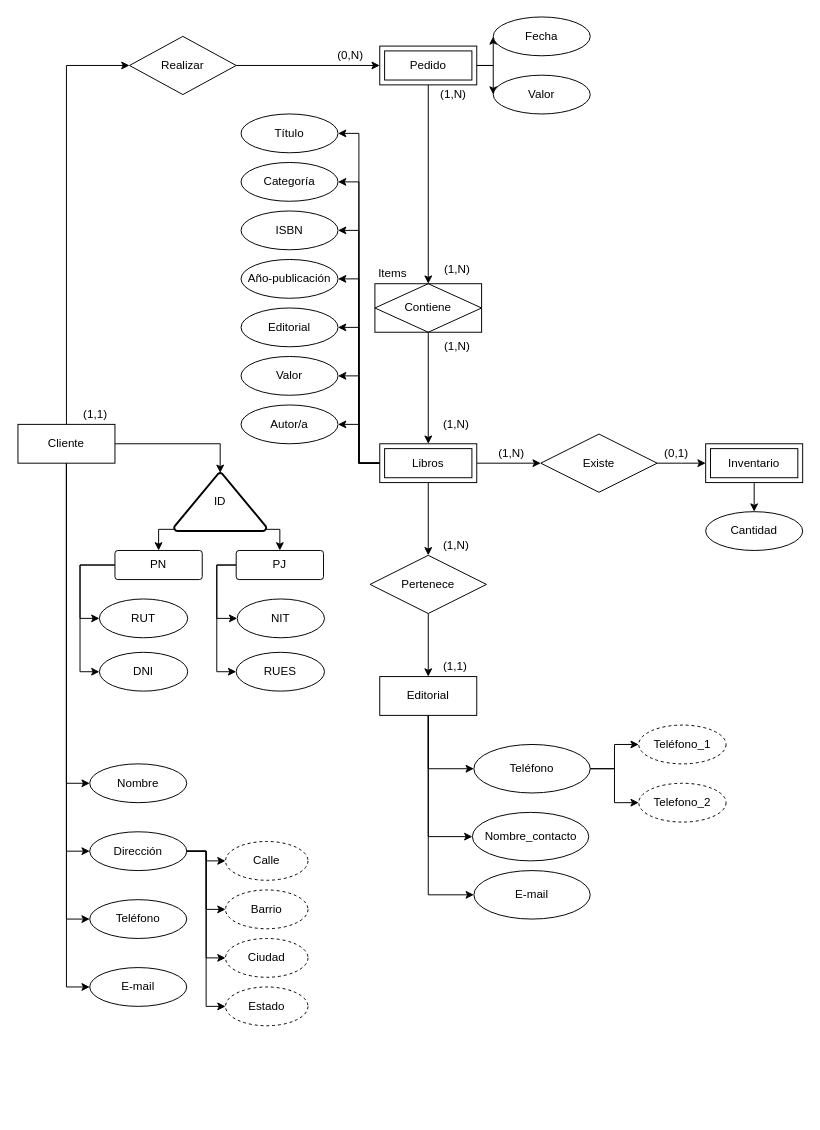
Above: Diagrama sin título.drawio in Zuzed22/Modelado-de-bases-de-datos-entidades-relaciones-y-atributos (draw.io), before the change. Source tidied: cells renumbered, new cells numbered last; positions are measured from the earlier drawing's top-left corner, leaving out a move shared by most shapes. Both pictures are drawn from the tidied source at 97%, with x=0, y=0 at pixel (17, 16).
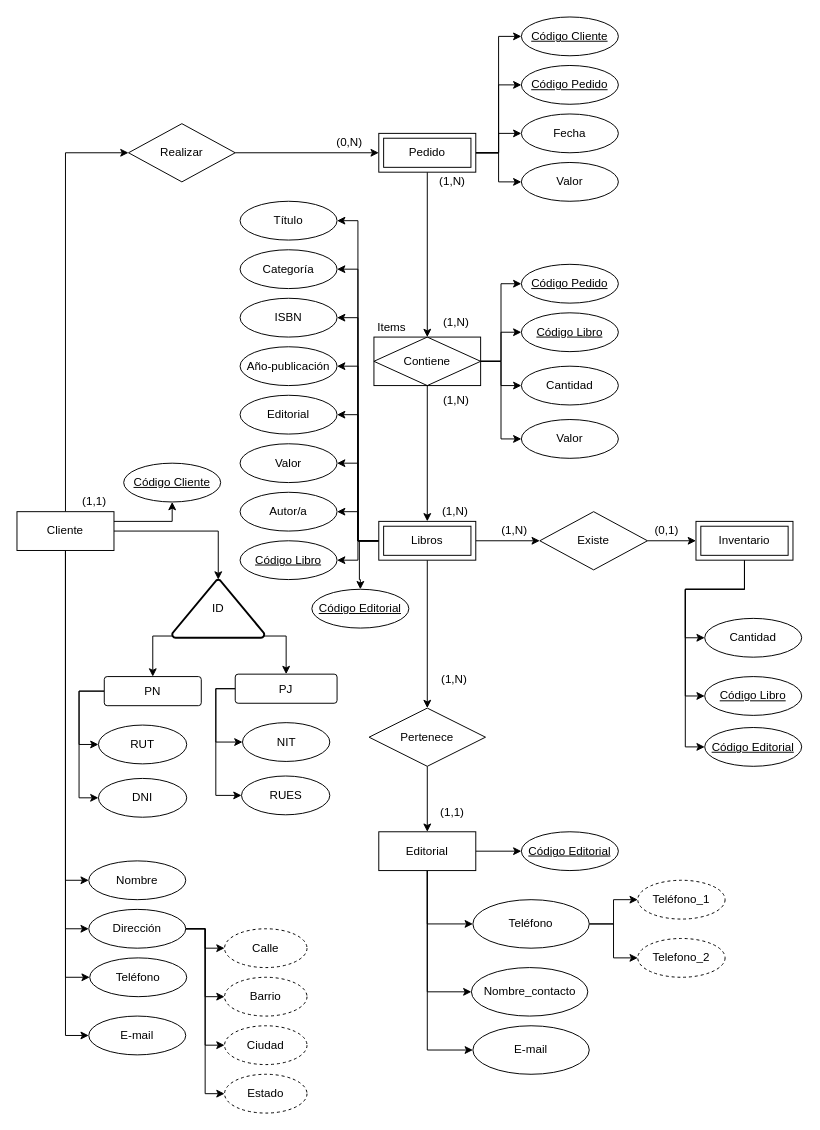
Above is the later version.

What changed in the source:
```diff
@@
     <mxCell id="7" value="Cliente" style="whiteSpace=wrap;html=1;align=center;" parent="1" vertex="1">
-      <mxGeometry y="420" width="100" height="40" as="geometry" />
+      <mxGeometry x="-1" y="510" width="100" height="40" as="geometry" />
     </mxCell>
@@
+    <mxCell id="90" style="edgeStyle=orthogonalEdgeStyle;rounded=0;jettySize=auto;html=1;exitX=1;exitY=0.5;exitDx=0;exitDy=0;entryX=0;entryY=0.5;entryDx=0;entryDy=0;" parent="1" edge="1" source="11" target="105">
+      <mxGeometry relative="1" as="geometry" />
+    </mxCell>
+    <mxCell id="91" style="edgeStyle=orthogonalEdgeStyle;rounded=0;jettySize=auto;html=1;exitX=1;exitY=0.5;exitDx=0;exitDy=0;entryX=0;entryY=0.5;entryDx=0;entryDy=0;" parent="1" edge="1" source="11" target="108">
+      <mxGeometry relative="1" as="geometry" />
+    </mxCell>
     <mxCell id="11" value="Pedido" style="shape=ext;margin=3;double=1;whiteSpace=wrap;html=1;align=center;" parent="1" vertex="1">
-      <mxGeometry x="373" y="30" width="100" height="40" as="geometry" />
+      <mxGeometry x="372" y="120" width="100" height="40" as="geometry" />
     </mxCell>
@@
+    <mxCell id="92" style="edgeStyle=orthogonalEdgeStyle;rounded=0;jettySize=auto;html=1;exitX=1;exitY=0.5;exitDx=0;exitDy=0;entryX=0;entryY=0.5;entryDx=0;entryDy=0;" parent="1" edge="1" source="15" target="103">
+      <mxGeometry relative="1" as="geometry" />
+    </mxCell>
     <mxCell id="15" value="Editorial" style="whiteSpace=wrap;html=1;align=center;" parent="1" vertex="1">
-      <mxGeometry x="373" y="680" width="100" height="40" as="geometry" />
+      <mxGeometry x="372" y="840" width="100" height="40" as="geometry" />
     </mxCell>
@@
+    <mxCell id="93" style="edgeStyle=orthogonalEdgeStyle;rounded=0;jettySize=auto;html=1;exitX=0;exitY=0.5;exitDx=0;exitDy=0;entryX=1;entryY=0.5;entryDx=0;entryDy=0;" parent="1" edge="1" source="25" target="111">
+      <mxGeometry relative="1" as="geometry" />
+    </mxCell>
+    <mxCell id="94" style="edgeStyle=orthogonalEdgeStyle;rounded=0;jettySize=auto;html=1;exitX=0;exitY=0.5;exitDx=0;exitDy=0;entryX=0.5;entryY=0;entryDx=0;entryDy=0;" parent="1" edge="1" source="25" target="106">
+      <mxGeometry relative="1" as="geometry" />
+    </mxCell>
     <mxCell id="25" value="Libros" style="shape=ext;margin=3;double=1;whiteSpace=wrap;html=1;align=center;" parent="1" vertex="1">
-      <mxGeometry x="373" y="440" width="100" height="40" as="geometry" />
+      <mxGeometry x="372" y="520" width="100" height="40" as="geometry" />
     </mxCell>
-    <mxCell id="26" style="edgeStyle=orthogonalEdgeStyle;rounded=0;jettySize=auto;html=1;exitX=0.5;exitY=1;exitDx=0;exitDy=0;entryX=0.5;entryY=0;entryDx=0;entryDy=0;" parent="1" edge="1" source="27" target="75">
+    <mxCell id="26" style="edgeStyle=orthogonalEdgeStyle;rounded=0;jettySize=auto;html=1;exitX=0.5;exitY=1;exitDx=0;exitDy=0;entryX=0;entryY=0.5;entryDx=0;entryDy=0;" parent="1" edge="1" source="27" target="75">
       <mxGeometry relative="1" as="geometry" />
     </mxCell>
+    <mxCell id="95" style="edgeStyle=orthogonalEdgeStyle;rounded=0;jettySize=auto;html=1;exitX=0.5;exitY=1;exitDx=0;exitDy=0;entryX=0;entryY=0.5;entryDx=0;entryDy=0;" parent="1" edge="1" source="27" target="107">
+      <mxGeometry relative="1" as="geometry">
+        <Array as="points">
+          <mxPoint x="749" y="590" />
+          <mxPoint x="688" y="590" />
+          <mxPoint x="688" y="700" />
+        </Array>
+      </mxGeometry>
+    </mxCell>
+    <mxCell id="96" style="edgeStyle=orthogonalEdgeStyle;rounded=0;jettySize=auto;html=1;exitX=0.5;exitY=1;exitDx=0;exitDy=0;entryX=0;entryY=0.5;entryDx=0;entryDy=0;" parent="1" edge="1" source="27" target="112">
+      <mxGeometry relative="1" as="geometry">
+        <Array as="points">
+          <mxPoint x="749" y="590" />
+          <mxPoint x="688" y="590" />
+          <mxPoint x="688" y="752" />
+        </Array>
+      </mxGeometry>
+    </mxCell>
     <mxCell id="27" value="Inventario" style="shape=ext;margin=3;double=1;whiteSpace=wrap;html=1;align=center;" parent="1" vertex="1">
-      <mxGeometry x="709" y="440" width="100" height="40" as="geometry" />
+      <mxGeometry x="699" y="520" width="100" height="40" as="geometry" />
     </mxCell>
@@
     <mxCell id="29" value="Realizar" style="shape=rhombus;perimeter=rhombusPerimeter;whiteSpace=wrap;html=1;align=center;" parent="1" vertex="1">
-      <mxGeometry x="115" y="20" width="110" height="60" as="geometry" />
+      <mxGeometry x="114" y="110" width="110" height="60" as="geometry" />
     </mxCell>
     <mxCell id="30" value="(1,1)" style="text;html=1;align=center;verticalAlign=middle;whiteSpace=wrap;rounded=0;" parent="1" vertex="1">
-      <mxGeometry x="50" y="390" width="60" height="40" as="geometry" />
+      <mxGeometry x="49" y="480" width="60" height="40" as="geometry" />
     </mxCell>
     <mxCell id="31" value="(0,N)" style="text;html=1;align=center;verticalAlign=middle;whiteSpace=wrap;rounded=0;" parent="1" vertex="1">
-      <mxGeometry x="313" y="20" width="60" height="40" as="geometry" />
+      <mxGeometry x="312" y="110" width="60" height="40" as="geometry" />
     </mxCell>
     <mxCell id="32" value="(1,N)" style="text;html=1;align=center;verticalAlign=middle;whiteSpace=wrap;rounded=0;" parent="1" vertex="1">
-      <mxGeometry x="419" y="60" width="60" height="40" as="geometry" />
+      <mxGeometry x="418" y="150" width="60" height="40" as="geometry" />
     </mxCell>
     <mxCell id="33" value="(1,N)" style="text;html=1;align=center;verticalAlign=middle;whiteSpace=wrap;rounded=0;" parent="1" vertex="1">
-      <mxGeometry x="423" y="240" width="60" height="40" as="geometry" />
+      <mxGeometry x="422" y="295" width="60" height="40" as="geometry" />
     </mxCell>
@@
     <mxCell id="35" value="Pertenece" style="shape=rhombus;perimeter=rhombusPerimeter;whiteSpace=wrap;html=1;align=center;" parent="1" vertex="1">
-      <mxGeometry x="363" y="555" width="120" height="60" as="geometry" />
+      <mxGeometry x="362" y="712.5" width="120" height="60" as="geometry" />
     </mxCell>
     <mxCell id="36" value="(1,N)" style="text;html=1;align=center;verticalAlign=middle;whiteSpace=wrap;rounded=0;" parent="1" vertex="1">
-      <mxGeometry x="422" y="530" width="60" height="30" as="geometry" />
+      <mxGeometry x="420" y="667.5" width="60" height="30" as="geometry" />
     </mxCell>
     <mxCell id="37" value="(1,1)" style="text;html=1;align=center;verticalAlign=middle;whiteSpace=wrap;rounded=0;" parent="1" vertex="1">
-      <mxGeometry x="422" y="650" width="58" height="40" as="geometry" />
+      <mxGeometry x="419" y="800" width="58" height="40" as="geometry" />
     </mxCell>
-    <mxCell id="38" style="edgeStyle=orthogonalEdgeStyle;rounded=0;jettySize=auto;html=1;exitX=1;exitY=0.5;exitDx=0;exitDy=0;entryX=0;entryY=0.5;entryDx=0;entryDy=0;" parent="1" edge="1" source="39">
-      <mxGeometry relative="1" as="geometry">
-        <mxPoint x="709" y="460" as="targetPoint" />
-      </mxGeometry>
-    </mxCell>
+    <mxCell id="97" style="edgeStyle=orthogonalEdgeStyle;rounded=0;jettySize=auto;html=1;exitX=1;exitY=0.5;exitDx=0;exitDy=0;entryX=0;entryY=0.5;entryDx=0;entryDy=0;" parent="1" edge="1" source="39" target="27">
+      <mxGeometry relative="1" as="geometry" />
+    </mxCell>
     <mxCell id="39" value="Existe" style="shape=rhombus;perimeter=rhombusPerimeter;whiteSpace=wrap;html=1;align=center;" parent="1" vertex="1">
-      <mxGeometry x="539" y="430" width="120" height="60" as="geometry" />
+      <mxGeometry x="538" y="510" width="111" height="60" as="geometry" />
     </mxCell>
     <mxCell id="40" value="(1,N)" style="text;html=1;align=center;verticalAlign=middle;whiteSpace=wrap;rounded=0;" parent="1" vertex="1">
-      <mxGeometry x="479" y="430" width="60" height="40" as="geometry" />
+      <mxGeometry x="482" y="510" width="60" height="40" as="geometry" />
     </mxCell>
@@
+    <mxCell id="98" style="edgeStyle=orthogonalEdgeStyle;rounded=0;jettySize=auto;html=1;exitX=1;exitY=0.5;exitDx=0;exitDy=0;entryX=0;entryY=0.5;entryDx=0;entryDy=0;" parent="1" edge="1" source="42" target="113">
+      <mxGeometry relative="1" as="geometry" />
+    </mxCell>
+    <mxCell id="99" style="edgeStyle=orthogonalEdgeStyle;rounded=0;jettySize=auto;html=1;exitX=1;exitY=0.5;exitDx=0;exitDy=0;entryX=0;entryY=0.5;entryDx=0;entryDy=0;" parent="1" edge="1" source="42" target="114">
+      <mxGeometry relative="1" as="geometry" />
+    </mxCell>
+    <mxCell id="100" style="edgeStyle=orthogonalEdgeStyle;rounded=0;jettySize=auto;html=1;exitX=1;exitY=0.5;exitDx=0;exitDy=0;entryX=0;entryY=0.5;entryDx=0;entryDy=0;" parent="1" edge="1" source="42" target="109">
+      <mxGeometry relative="1" as="geometry" />
+    </mxCell>
+    <mxCell id="101" style="edgeStyle=orthogonalEdgeStyle;rounded=0;jettySize=auto;html=1;exitX=1;exitY=0.5;exitDx=0;exitDy=0;entryX=0;entryY=0.5;entryDx=0;entryDy=0;" parent="1" edge="1" source="42" target="110">
+      <mxGeometry relative="1" as="geometry" />
+    </mxCell>
     <mxCell id="42" value="Contiene" style="shape=associativeEntity;whiteSpace=wrap;html=1;align=center;" parent="1" vertex="1">
-      <mxGeometry x="368" y="275" width="110" height="50" as="geometry" />
+      <mxGeometry x="367" y="330" width="110" height="50" as="geometry" />
     </mxCell>
     <mxCell id="43" value="Items" style="text;html=1;align=center;verticalAlign=middle;whiteSpace=wrap;rounded=0;" parent="1" vertex="1">
-      <mxGeometry x="363" y="250" width="47" height="30" as="geometry" />
+      <mxGeometry x="362" y="305" width="47" height="30" as="geometry" />
     </mxCell>
     <mxCell id="44" value="(1,N)" style="text;html=1;align=center;verticalAlign=middle;whiteSpace=wrap;rounded=0;" parent="1" vertex="1">
-      <mxGeometry x="422" y="400" width="60" height="40" as="geometry" />
+      <mxGeometry x="421" y="490" width="60" height="40" as="geometry" />
     </mxCell>
     <mxCell id="45" value="(1,N)" style="text;html=1;align=center;verticalAlign=middle;whiteSpace=wrap;rounded=0;" parent="1" vertex="1">
-      <mxGeometry x="423" y="320" width="60" height="40" as="geometry" />
+      <mxGeometry x="422" y="375" width="60" height="40" as="geometry" />
     </mxCell>
     <mxCell id="46" value="Nombre" style="ellipse;whiteSpace=wrap;html=1;align=center;" parent="1" vertex="1">
-      <mxGeometry x="74" y="770" width="100" height="40" as="geometry" />
+      <mxGeometry x="73" y="870" width="100" height="40" as="geometry" />
     </mxCell>
@@
     <mxCell id="51" value="Dirección" style="ellipse;whiteSpace=wrap;html=1;align=center;" parent="1" vertex="1">
-      <mxGeometry x="74" y="840" width="100" height="40" as="geometry" />
+      <mxGeometry x="73" y="920" width="100" height="40" as="geometry" />
     </mxCell>
     <mxCell id="52" value="Teléfono" style="ellipse;whiteSpace=wrap;html=1;align=center;" parent="1" vertex="1">
-      <mxGeometry x="74" y="910" width="100" height="40" as="geometry" />
+      <mxGeometry x="74" y="970" width="100" height="40" as="geometry" />
     </mxCell>
     <mxCell id="53" value="E-mail" style="ellipse;whiteSpace=wrap;html=1;align=center;" parent="1" vertex="1">
-      <mxGeometry x="74" y="980" width="100" height="40" as="geometry" />
+      <mxGeometry x="73" y="1030" width="100" height="40" as="geometry" />
     </mxCell>
     <mxCell id="54" value="Calle" style="ellipse;whiteSpace=wrap;html=1;align=center;dashed=1;" parent="1" vertex="1">
-      <mxGeometry x="214" y="850" width="85" height="40" as="geometry" />
+      <mxGeometry x="213" y="940" width="85" height="40" as="geometry" />
     </mxCell>
     <mxCell id="55" value="Barrio" style="ellipse;whiteSpace=wrap;html=1;align=center;dashed=1;" parent="1" vertex="1">
-      <mxGeometry x="214" y="900" width="85" height="40" as="geometry" />
+      <mxGeometry x="213" y="990" width="85" height="40" as="geometry" />
     </mxCell>
     <mxCell id="56" value="Ciudad" style="ellipse;whiteSpace=wrap;html=1;align=center;dashed=1;" parent="1" vertex="1">
-      <mxGeometry x="214" y="950" width="85" height="40" as="geometry" />
+      <mxGeometry x="213" y="1040" width="85" height="40" as="geometry" />
     </mxCell>
     <mxCell id="57" value="Estado" style="ellipse;whiteSpace=wrap;html=1;align=center;dashed=1;" parent="1" vertex="1">
-      <mxGeometry x="214" y="1000" width="85" height="40" as="geometry" />
+      <mxGeometry x="213" y="1090" width="85" height="40" as="geometry" />
     </mxCell>
     <mxCell id="58" value="(0,1)" style="text;html=1;align=center;verticalAlign=middle;whiteSpace=wrap;rounded=0;" parent="1" vertex="1">
-      <mxGeometry x="649" y="430" width="60" height="40" as="geometry" />
+      <mxGeometry x="639" y="510" width="60" height="40" as="geometry" />
     </mxCell>
@@
     <mxCell id="61" value="ID" style="strokeWidth=2;html=1;shape=mxgraph.flowchart.extract_or_measurement;whiteSpace=wrap;" parent="1" vertex="1">
-      <mxGeometry x="161" y="470" width="95" height="60" as="geometry" />
+      <mxGeometry x="159" y="580" width="95" height="60" as="geometry" />
     </mxCell>
@@
     <mxCell id="65" value="PN" style="rounded=1;arcSize=10;whiteSpace=wrap;html=1;align=center;" parent="1" vertex="1">
-      <mxGeometry x="100" y="550" width="90" height="30" as="geometry" />
+      <mxGeometry x="89" y="680" width="100" height="30" as="geometry" />
     </mxCell>
@@
     <mxCell id="68" value="PJ" style="rounded=1;arcSize=10;whiteSpace=wrap;html=1;align=center;" parent="1" vertex="1">
-      <mxGeometry x="225" y="550" width="90" height="30" as="geometry" />
+      <mxGeometry x="224" y="677.5" width="105" height="30" as="geometry" />
     </mxCell>
     <mxCell id="69" value="NIT" style="ellipse;whiteSpace=wrap;html=1;align=center;" parent="1" vertex="1">
-      <mxGeometry x="226" y="600" width="90" height="40" as="geometry" />
+      <mxGeometry x="231.5" y="727.5" width="90" height="40" as="geometry" />
     </mxCell>
     <mxCell id="70" value="RUT" style="ellipse;whiteSpace=wrap;html=1;align=center;" parent="1" vertex="1">
-      <mxGeometry x="84" y="600" width="91" height="40" as="geometry" />
+      <mxGeometry x="83" y="730" width="91" height="40" as="geometry" />
     </mxCell>
     <mxCell id="71" value="DNI" style="ellipse;whiteSpace=wrap;html=1;align=center;" parent="1" vertex="1">
-      <mxGeometry x="84" y="655" width="91" height="40" as="geometry" />
+      <mxGeometry x="83" y="785" width="91" height="40" as="geometry" />
     </mxCell>
     <mxCell id="72" value="RUES" style="ellipse;whiteSpace=wrap;html=1;align=center;" parent="1" vertex="1">
-      <mxGeometry x="225" y="655" width="91" height="40" as="geometry" />
+      <mxGeometry x="230.5" y="782.5" width="91" height="40" as="geometry" />
     </mxCell>
     <mxCell id="73" value="Fecha" style="ellipse;whiteSpace=wrap;html=1;align=center;" parent="1" vertex="1">
-      <mxGeometry x="490" width="100" height="40" as="geometry" />
+      <mxGeometry x="519" y="100" width="100" height="40" as="geometry" />
     </mxCell>
     <mxCell id="74" value="Valor" style="ellipse;whiteSpace=wrap;html=1;align=center;" parent="1" vertex="1">
-      <mxGeometry x="490" y="60" width="100" height="40" as="geometry" />
+      <mxGeometry x="519" y="150" width="100" height="40" as="geometry" />
     </mxCell>
     <mxCell id="75" value="Cantidad" style="ellipse;whiteSpace=wrap;html=1;align=center;" parent="1" vertex="1">
-      <mxGeometry x="709" y="510" width="100" height="40" as="geometry" />
+      <mxGeometry x="708" y="620" width="100" height="40" as="geometry" />
     </mxCell>
     <mxCell id="76" value="Título" style="ellipse;whiteSpace=wrap;html=1;align=center;" parent="1" vertex="1">
-      <mxGeometry x="230" y="100" width="100" height="40" as="geometry" />
+      <mxGeometry x="229" y="190" width="100" height="40" as="geometry" />
     </mxCell>
     <mxCell id="77" value="Categoría" style="ellipse;whiteSpace=wrap;html=1;align=center;" parent="1" vertex="1">
-      <mxGeometry x="230" y="150" width="100" height="40" as="geometry" />
+      <mxGeometry x="229" y="240" width="100" height="40" as="geometry" />
     </mxCell>
     <mxCell id="78" value="ISBN" style="ellipse;whiteSpace=wrap;html=1;align=center;" parent="1" vertex="1">
-      <mxGeometry x="230" y="200" width="100" height="40" as="geometry" />
+      <mxGeometry x="229" y="290" width="100" height="40" as="geometry" />
     </mxCell>
     <mxCell id="79" value="Año-publicación" style="ellipse;whiteSpace=wrap;html=1;align=center;" parent="1" vertex="1">
-      <mxGeometry x="230" y="250" width="100" height="40" as="geometry" />
+      <mxGeometry x="229" y="340" width="100" height="40" as="geometry" />
     </mxCell>
     <mxCell id="80" value="Editorial" style="ellipse;whiteSpace=wrap;html=1;align=center;" parent="1" vertex="1">
-      <mxGeometry x="230" y="300" width="100" height="40" as="geometry" />
+      <mxGeometry x="229" y="390" width="100" height="40" as="geometry" />
     </mxCell>
     <mxCell id="81" value="Valor" style="ellipse;whiteSpace=wrap;html=1;align=center;" parent="1" vertex="1">
-      <mxGeometry x="230" y="350" width="100" height="40" as="geometry" />
+      <mxGeometry x="229" y="440" width="100" height="40" as="geometry" />
     </mxCell>
     <mxCell id="82" value="Autor/a" style="ellipse;whiteSpace=wrap;html=1;align=center;" parent="1" vertex="1">
-      <mxGeometry x="230" y="400" width="100" height="40" as="geometry" />
+      <mxGeometry x="229" y="490" width="100" height="40" as="geometry" />
     </mxCell>
@@
     <mxCell id="85" value="Teléfono" style="ellipse;whiteSpace=wrap;html=1;align=center;" parent="1" vertex="1">
-      <mxGeometry x="470" y="750" width="120" height="50" as="geometry" />
+      <mxGeometry x="469" y="910" width="120" height="50" as="geometry" />
     </mxCell>
     <mxCell id="86" value="E-mail" style="ellipse;whiteSpace=wrap;html=1;align=center;" parent="1" vertex="1">
-      <mxGeometry x="470" y="880" width="120" height="50" as="geometry" />
+      <mxGeometry x="469" y="1040" width="120" height="50" as="geometry" />
     </mxCell>
     <mxCell id="87" value="Nombre_contacto" style="ellipse;whiteSpace=wrap;html=1;align=center;" parent="1" vertex="1">
-      <mxGeometry x="468.5" y="820" width="120" height="50" as="geometry" />
+      <mxGeometry x="467.5" y="980" width="120" height="50" as="geometry" />
     </mxCell>
     <mxCell id="88" value="Teléfono_1" style="ellipse;whiteSpace=wrap;html=1;align=center;dashed=1;" parent="1" vertex="1">
-      <mxGeometry x="640" y="730" width="90" height="40" as="geometry" />
+      <mxGeometry x="639" y="890" width="90" height="40" as="geometry" />
     </mxCell>
     <mxCell id="89" value="Telefono_2" style="ellipse;whiteSpace=wrap;html=1;align=center;dashed=1;" parent="1" vertex="1">
-      <mxGeometry x="640" y="790" width="90" height="40" as="geometry" />
+      <mxGeometry x="639" y="950" width="90" height="40" as="geometry" />
     </mxCell>
+    <mxCell id="102" value="Código Cliente" style="ellipse;whiteSpace=wrap;html=1;align=center;fontStyle=4;" parent="1" vertex="1">
+      <mxGeometry x="109" y="460" width="100" height="40" as="geometry" />
+    </mxCell>
+    <mxCell id="103" value="Código Editorial" style="ellipse;whiteSpace=wrap;html=1;align=center;fontStyle=4;" parent="1" vertex="1">
+      <mxGeometry x="519" y="840" width="100" height="40" as="geometry" />
+    </mxCell>
+    <mxCell id="104" style="edgeStyle=orthogonalEdgeStyle;rounded=0;jettySize=auto;html=1;exitX=1;exitY=0.25;exitDx=0;exitDy=0;entryX=0.5;entryY=1;entryDx=0;entryDy=0;" parent="1" edge="1" source="7" target="102">
+      <mxGeometry relative="1" as="geometry" />
+    </mxCell>
+    <mxCell id="105" value="Código Cliente" style="ellipse;whiteSpace=wrap;html=1;align=center;fontStyle=4;" parent="1" vertex="1">
+      <mxGeometry x="519" width="100" height="40" as="geometry" />
+    </mxCell>
+    <mxCell id="106" value="Código Editorial" style="ellipse;whiteSpace=wrap;html=1;align=center;fontStyle=4;" parent="1" vertex="1">
+      <mxGeometry x="303" y="590" width="100" height="40" as="geometry" />
+    </mxCell>
+    <mxCell id="107" value="Código Libro" style="ellipse;whiteSpace=wrap;html=1;align=center;fontStyle=4;" parent="1" vertex="1">
+      <mxGeometry x="708" y="680" width="100" height="40" as="geometry" />
+    </mxCell>
+    <mxCell id="108" value="Código Pedido" style="ellipse;whiteSpace=wrap;html=1;align=center;fontStyle=4;" parent="1" vertex="1">
+      <mxGeometry x="519" y="50" width="100" height="40" as="geometry" />
+    </mxCell>
+    <mxCell id="109" value="Cantidad" style="ellipse;whiteSpace=wrap;html=1;align=center;" parent="1" vertex="1">
+      <mxGeometry x="519" y="360" width="100" height="40" as="geometry" />
+    </mxCell>
+    <mxCell id="110" value="Valor" style="ellipse;whiteSpace=wrap;html=1;align=center;" parent="1" vertex="1">
+      <mxGeometry x="519" y="415" width="100" height="40" as="geometry" />
+    </mxCell>
+    <mxCell id="111" value="Código Libro" style="ellipse;whiteSpace=wrap;html=1;align=center;fontStyle=4;" parent="1" vertex="1">
+      <mxGeometry x="229" y="540" width="100" height="40" as="geometry" />
+    </mxCell>
+    <mxCell id="112" value="Código Editorial" style="ellipse;whiteSpace=wrap;html=1;align=center;fontStyle=4;" parent="1" vertex="1">
+      <mxGeometry x="708" y="732.5" width="100" height="40" as="geometry" />
+    </mxCell>
+    <mxCell id="113" value="Código Pedido" style="ellipse;whiteSpace=wrap;html=1;align=center;fontStyle=4;" parent="1" vertex="1">
+      <mxGeometry x="519" y="255" width="100" height="40" as="geometry" />
+    </mxCell>
+    <mxCell id="114" value="Código Libro" style="ellipse;whiteSpace=wrap;html=1;align=center;fontStyle=4;" parent="1" vertex="1">
+      <mxGeometry x="519" y="305" width="100" height="40" as="geometry" />
+    </mxCell>
```
